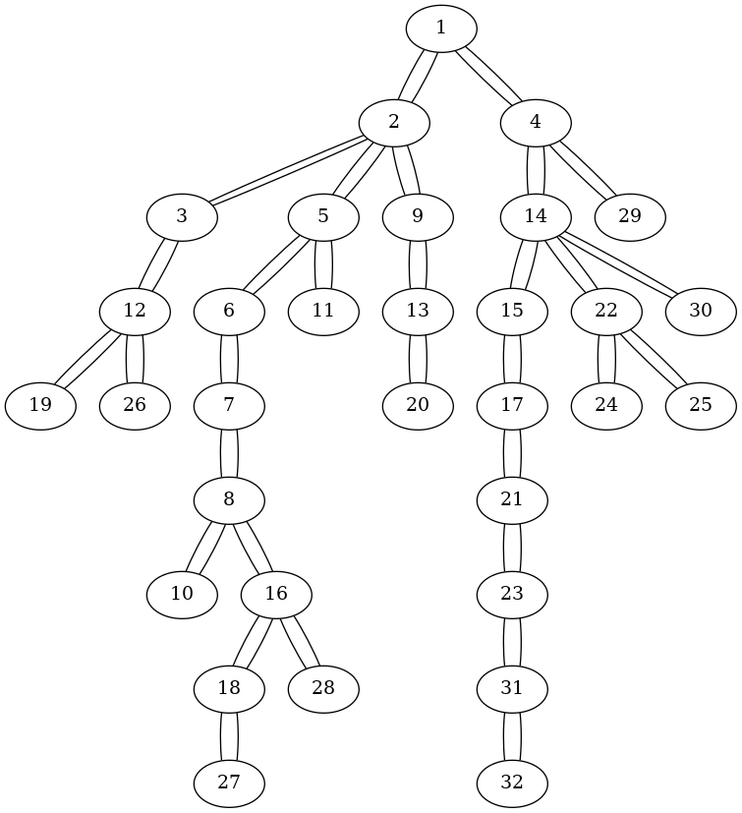
Before: images/DLA/DLA_upscaled_graph.png, a diagram exported from Graphviz (Sevenudeloin/project-ISIM). Its source is kept beside it as images/DLA/DLA_upscaled_graph.dot.
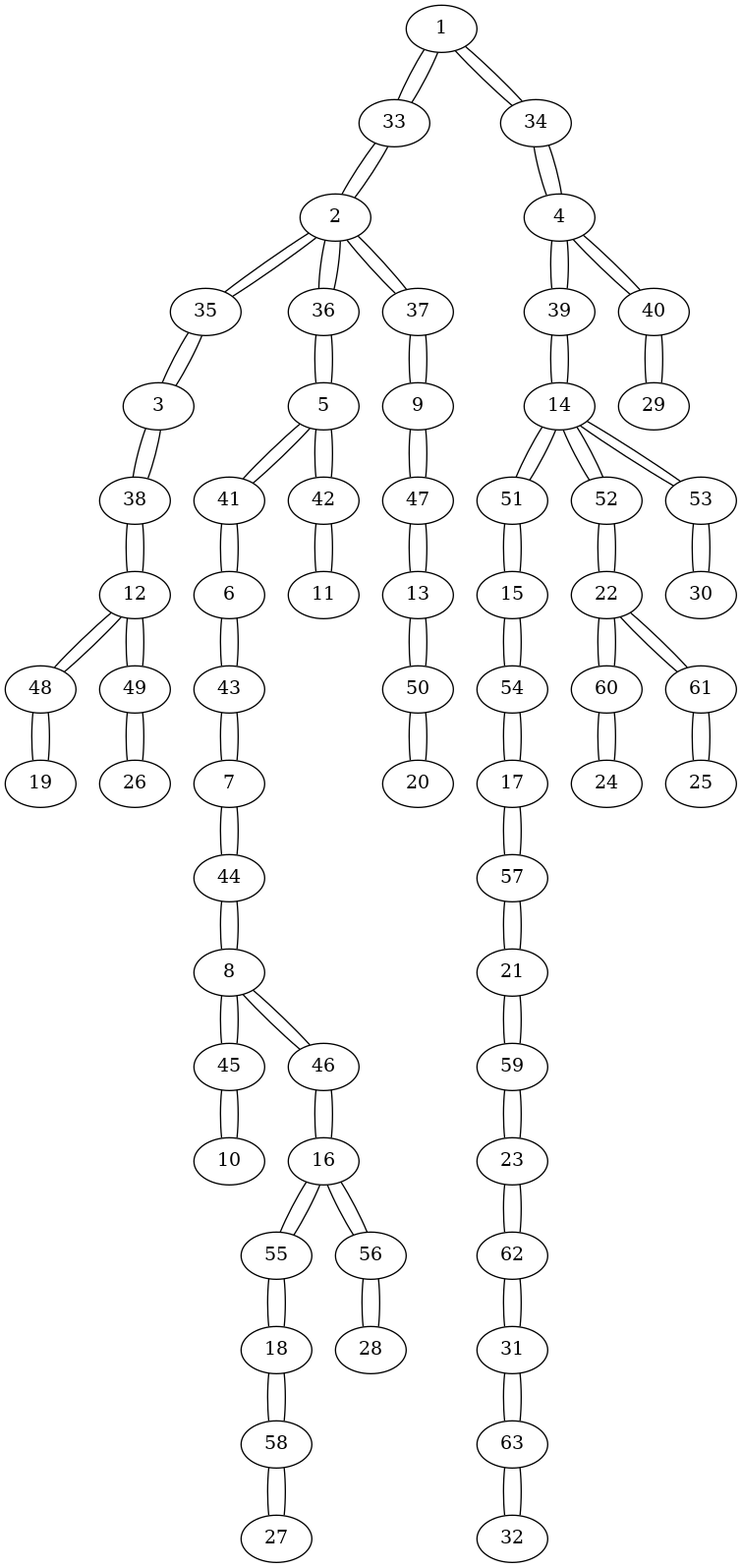
Later version of the same file.

Diff of the diagram source:
```diff
@@ -1,64 +1,126 @@
 graph DLA {
-    1 -- 2;
-    1 -- 4;
-    2 -- 1;
-    2 -- 3;
-    2 -- 5;
-    2 -- 9;
-    3 -- 2;
-    3 -- 12;
-    4 -- 1;
-    4 -- 14;
-    4 -- 29;
-    5 -- 2;
-    5 -- 6;
-    5 -- 11;
-    6 -- 5;
-    6 -- 7;
-    7 -- 6;
-    7 -- 8;
-    8 -- 7;
-    8 -- 10;
-    8 -- 16;
-    9 -- 2;
-    9 -- 13;
-    10 -- 8;
-    11 -- 5;
-    12 -- 3;
-    12 -- 19;
-    12 -- 26;
-    13 -- 9;
-    13 -- 20;
-    14 -- 4;
-    14 -- 15;
-    14 -- 22;
-    14 -- 30;
-    15 -- 14;
-    15 -- 17;
-    16 -- 8;
-    16 -- 18;
-    16 -- 28;
-    17 -- 15;
-    17 -- 21;
-    18 -- 16;
-    18 -- 27;
-    19 -- 12;
-    20 -- 13;
-    21 -- 17;
-    21 -- 23;
-    22 -- 14;
-    22 -- 24;
-    22 -- 25;
-    23 -- 21;
-    23 -- 31;
-    24 -- 22;
-    25 -- 22;
-    26 -- 12;
-    27 -- 18;
-    28 -- 16;
-    29 -- 4;
-    30 -- 14;
-    31 -- 23;
-    31 -- 32;
-    32 -- 31;
+    1 -- 33;
+    1 -- 34;
+    2 -- 33;
+    2 -- 35;
+    2 -- 36;
+    2 -- 37;
+    3 -- 35;
+    3 -- 38;
+    4 -- 34;
+    4 -- 39;
+    4 -- 40;
+    5 -- 36;
+    5 -- 41;
+    5 -- 42;
+    6 -- 41;
+    6 -- 43;
+    7 -- 43;
+    7 -- 44;
+    8 -- 44;
+    8 -- 45;
+    8 -- 46;
+    9 -- 37;
+    9 -- 47;
+    10 -- 45;
+    11 -- 42;
+    12 -- 38;
+    12 -- 48;
+    12 -- 49;
+    13 -- 47;
+    13 -- 50;
+    14 -- 39;
+    14 -- 51;
+    14 -- 52;
+    14 -- 53;
+    15 -- 51;
+    15 -- 54;
+    16 -- 46;
+    16 -- 55;
+    16 -- 56;
+    17 -- 54;
+    17 -- 57;
+    18 -- 55;
+    18 -- 58;
+    19 -- 48;
+    20 -- 50;
+    21 -- 57;
+    21 -- 59;
+    22 -- 52;
+    22 -- 60;
+    22 -- 61;
+    23 -- 59;
+    23 -- 62;
+    24 -- 60;
+    25 -- 61;
+    26 -- 49;
+    27 -- 58;
+    28 -- 56;
+    29 -- 40;
+    30 -- 53;
+    31 -- 62;
+    31 -- 63;
+    32 -- 63;
+    33 -- 1;
+    33 -- 2;
+    34 -- 1;
+    34 -- 4;
+    35 -- 2;
+    35 -- 3;
+    36 -- 2;
+    36 -- 5;
+    37 -- 2;
+    37 -- 9;
+    38 -- 3;
+    38 -- 12;
+    39 -- 4;
+    39 -- 14;
+    40 -- 4;
+    40 -- 29;
+    41 -- 5;
+    41 -- 6;
+    42 -- 5;
+    42 -- 11;
+    43 -- 6;
+    43 -- 7;
+    44 -- 7;
+    44 -- 8;
+    45 -- 8;
+    45 -- 10;
+    46 -- 8;
+    46 -- 16;
+    47 -- 9;
+    47 -- 13;
+    48 -- 12;
+    48 -- 19;
+    49 -- 12;
+    49 -- 26;
+    50 -- 13;
+    50 -- 20;
+    51 -- 14;
+    51 -- 15;
+    52 -- 14;
+    52 -- 22;
+    53 -- 14;
+    53 -- 30;
+    54 -- 15;
+    54 -- 17;
+    55 -- 16;
+    55 -- 18;
+    56 -- 16;
+    56 -- 28;
+    57 -- 17;
+    57 -- 21;
+    58 -- 18;
+    58 -- 27;
+    59 -- 21;
+    59 -- 23;
+    60 -- 22;
+    60 -- 24;
+    61 -- 22;
+    61 -- 25;
+    62 -- 23;
+    62 -- 31;
+    63 -- 31;
+    63 -- 32;
 }
```
